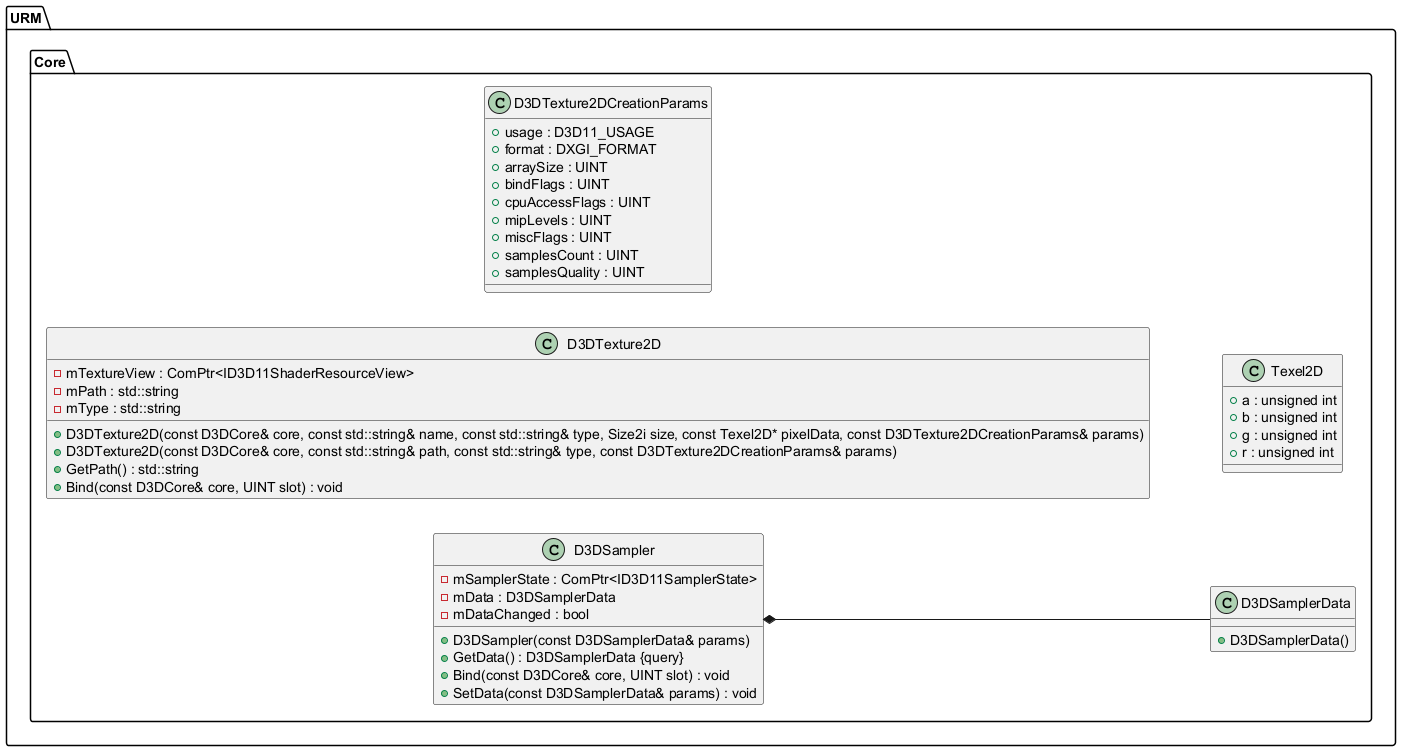
Earlier version of the PlantUML export Latex/images/UML/texture.png (MinikPLayer/MasterThesis_UniversalRenderingModule_D3D11). Its diagram source:
```plantuml
@startuml
left to right direction






namespace URM {
	namespace Core {
		class D3DSampler {
			+D3DSampler(const D3DSamplerData& params)
			-mSamplerState : ComPtr<ID3D11SamplerState>
			+GetData() : D3DSamplerData {query}
			-mData : D3DSamplerData
			-mDataChanged : bool
			+Bind(const D3DCore& core, UINT slot) : void
			+SetData(const D3DSamplerData& params) : void
		}

		class D3DTexture2D {
			+D3DTexture2D(const D3DCore& core, const std::string& name, const std::string& type, Size2i size, const Texel2D* pixelData, const D3DTexture2DCreationParams& params)
			+D3DTexture2D(const D3DCore& core, const std::string& path, const std::string& type, const D3DTexture2DCreationParams& params)
			-mTextureView : ComPtr<ID3D11ShaderResourceView>
			+GetPath() : std::string
			-mPath : std::string
			-mType : std::string
			+Bind(const D3DCore& core, UINT slot) : void
		}

		class D3DSamplerData {
			+D3DSamplerData()
		}

		class D3DTexture2DCreationParams {
			+usage : D3D11_USAGE
			+format : DXGI_FORMAT
			+arraySize : UINT
			+bindFlags : UINT
			+cpuAccessFlags : UINT
			+mipLevels : UINT
			+miscFlags : UINT
			+samplesCount : UINT
			+samplesQuality : UINT
		}

		class Texel2D {
			+a : unsigned int
			+b : unsigned int
			+g : unsigned int
			+r : unsigned int
		}
	}
}










URM.Core.D3DSampler *-- URM.Core.D3DSamplerData









@enduml
```
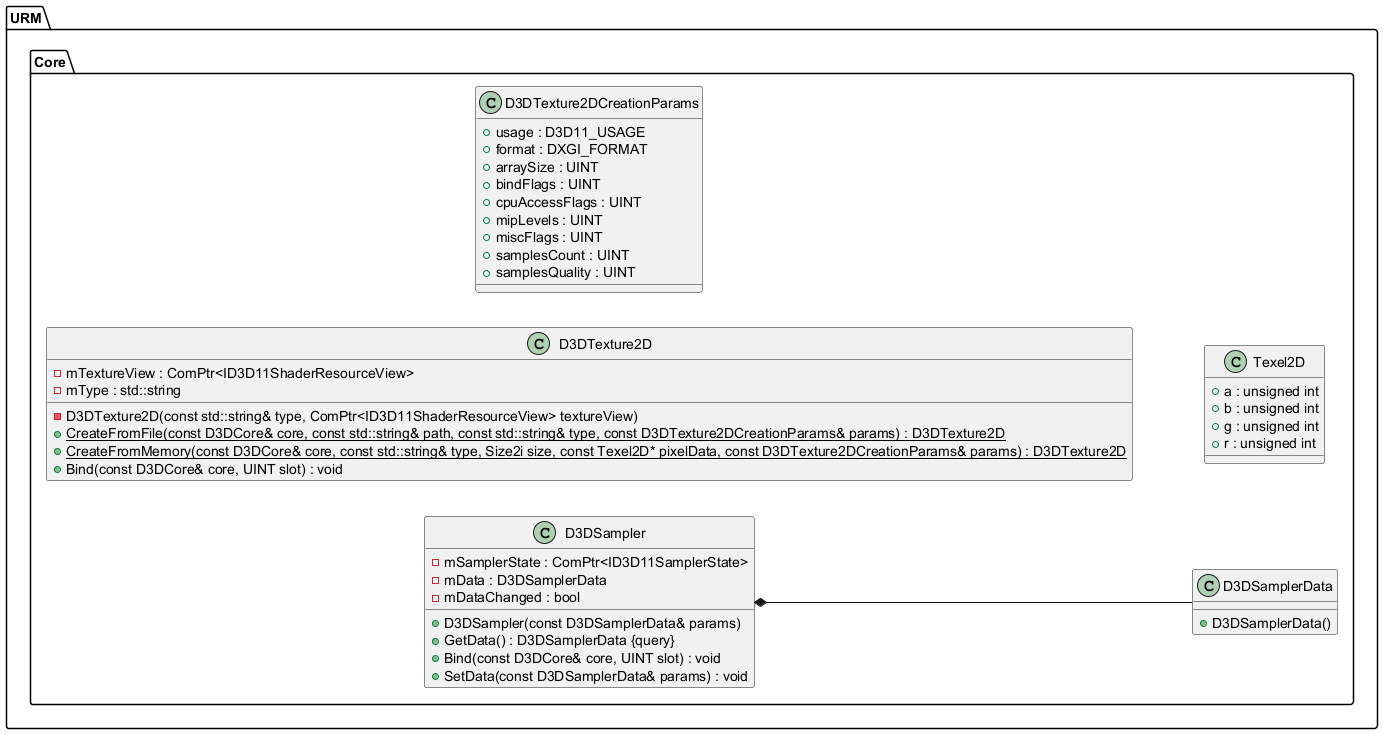
After the commit.

Diff of the diagram source:
```diff
@@ -19,11 +19,10 @@
 		}
 
 		class D3DTexture2D {
-			+D3DTexture2D(const D3DCore& core, const std::string& name, const std::string& type, Size2i size, const Texel2D* pixelData, const D3DTexture2DCreationParams& params)
-			+D3DTexture2D(const D3DCore& core, const std::string& path, const std::string& type, const D3DTexture2DCreationParams& params)
+			-D3DTexture2D(const std::string& type, ComPtr<ID3D11ShaderResourceView> textureView)
 			-mTextureView : ComPtr<ID3D11ShaderResourceView>
-			+GetPath() : std::string
-			-mPath : std::string
+			+{static} CreateFromFile(const D3DCore& core, const std::string& path, const std::string& type, const D3DTexture2DCreationParams& params) : D3DTexture2D
+			+{static} CreateFromMemory(const D3DCore& core, const std::string& type, Size2i size, const Texel2D* pixelData, const D3DTexture2DCreationParams& params) : D3DTexture2D
 			-mType : std::string
 			+Bind(const D3DCore& core, UINT slot) : void
 		}
```
